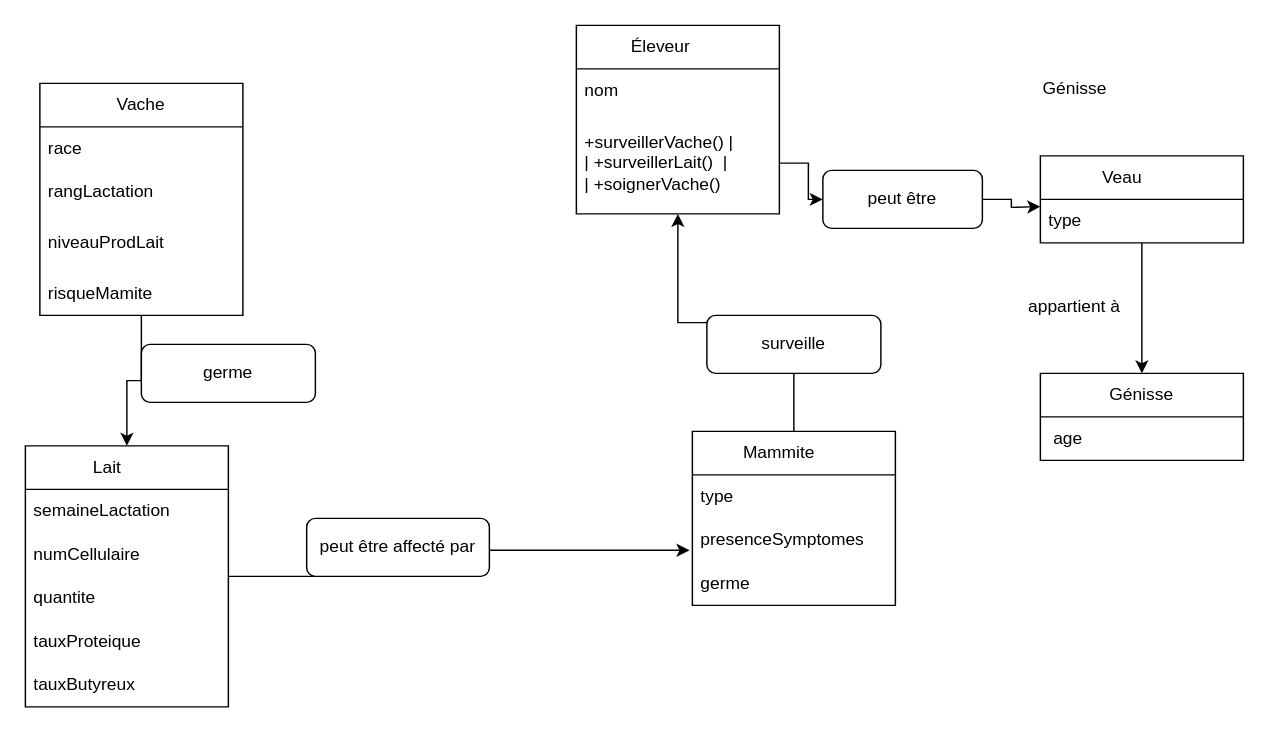
Maminjatovo/MCD keeps this draw.io diagram as mcd quiz/Diagramme sans nom.drawio. Above is the earlier version. Source tidied: cells renumbered, new cells numbered last; positions are measured from the earlier drawing's top-left corner, leaving out a move shared by most shapes. Both pictures are drawn from the tidied source at 145%, with x=0, y=0 at pixel (25, 25).
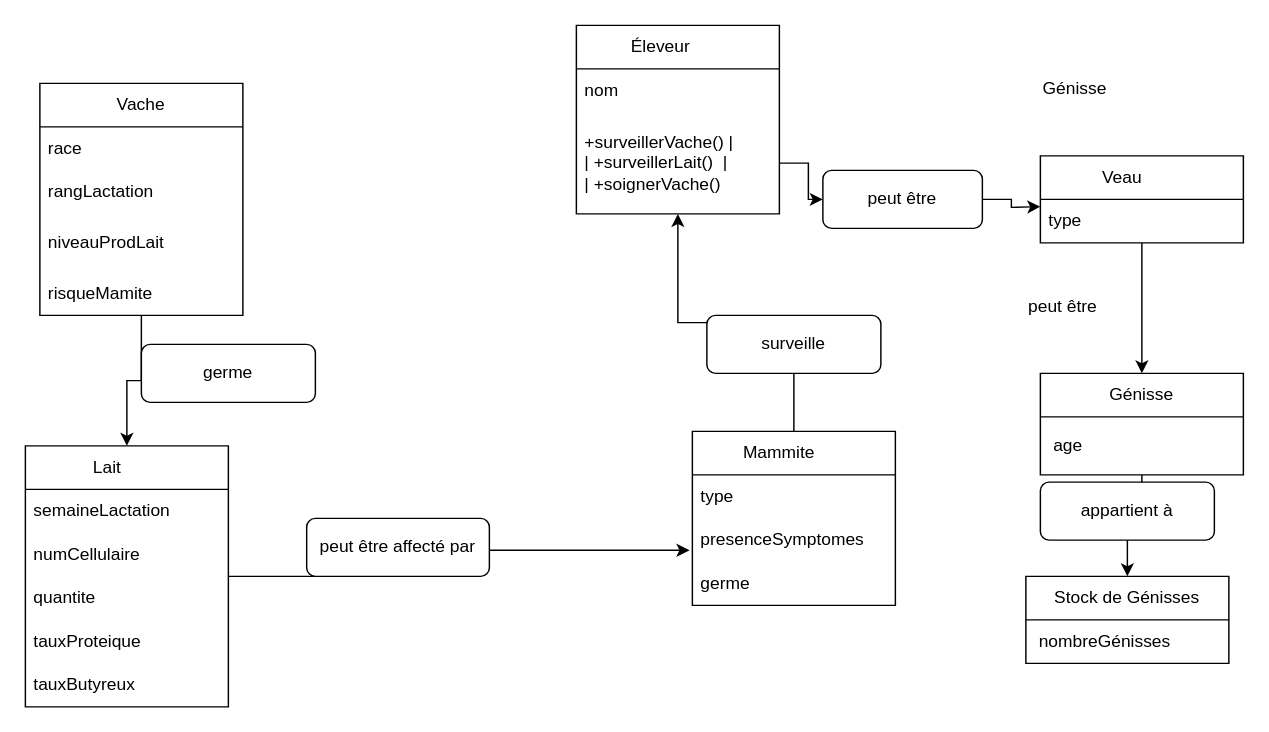
The same diagram, later.

Commit message (it also covers changes not shown here):
Mettre à jour Diagramme sans nom.drawio

What changed in the source:
```diff
@@
+    <mxCell id="36" style="edgeStyle=orthogonalEdgeStyle;rounded=0;jettySize=auto;html=1;entryX=0.5;entryY=0;entryDx=0;entryDy=0;" parent="1" edge="1" source="40" target="37">
+      <mxGeometry relative="1" as="geometry" />
+    </mxCell>
     <mxCell id="33" value="Génisse" style="swimlane;fontStyle=0;horizontal=1;startSize=30;whiteSpace=wrap;html=1;" parent="1" vertex="1">
-      <mxGeometry x="700" y="240" width="140" height="60" as="geometry" />
+      <mxGeometry x="700" y="240" width="140" height="70" as="geometry" />
     </mxCell>
     <mxCell id="34" value="&amp;nbsp;age&amp;nbsp;&amp;nbsp; " style="text;strokeColor=none;fillColor=none;align=left;verticalAlign=middle;spacingLeft=4;spacingRight=4;overflow=hidden;whiteSpace=wrap;html=1;" parent="33" vertex="1">
-      <mxGeometry y="30" width="140" height="30" as="geometry" />
+      <mxGeometry y="30" width="140" height="40" as="geometry" />
     </mxCell>
-    <mxCell id="35" value="appartient à" style="text;whiteSpace=wrap;" parent="1" vertex="1">
+    <mxCell id="35" value="peut être" style="text;whiteSpace=wrap;" parent="1" vertex="1">
       <mxGeometry x="690" y="180" width="100" height="40" as="geometry" />
     </mxCell>
+    <mxCell id="37" value="Stock de Génisses " style="swimlane;fontStyle=0;horizontal=1;startSize=30;whiteSpace=wrap;html=1;" parent="1" vertex="1">
+      <mxGeometry x="690" y="380" width="140" height="60" as="geometry" />
+    </mxCell>
+    <mxCell id="38" value="&amp;nbsp;nombreGénisses" style="text;strokeColor=none;fillColor=none;align=left;verticalAlign=middle;spacingLeft=4;spacingRight=4;overflow=hidden;whiteSpace=wrap;html=1;" parent="37" vertex="1">
+      <mxGeometry y="30" width="140" height="30" as="geometry" />
+    </mxCell>
+    <mxCell id="39" style="edgeStyle=orthogonalEdgeStyle;rounded=0;jettySize=auto;html=1;entryX=0.5;entryY=0;entryDx=0;entryDy=0;" parent="1" edge="1" source="33" target="40">
+      <mxGeometry relative="1" as="geometry" />
+    </mxCell>
+    <mxCell id="40" value="appartient à" style="rounded=1;whiteSpace=wrap;html=1;" parent="1" vertex="1">
+      <mxGeometry x="700" y="315" width="120" height="40" as="geometry" />
+    </mxCell>
```
